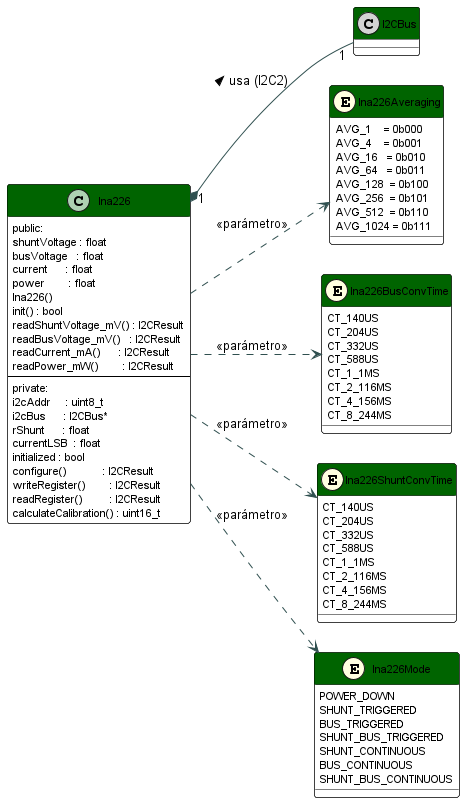
Before: docs/06 UMLs/ina226_class.png, a diagram exported from PlantUML (AgustinPessina00/TPP-IntelliFence).
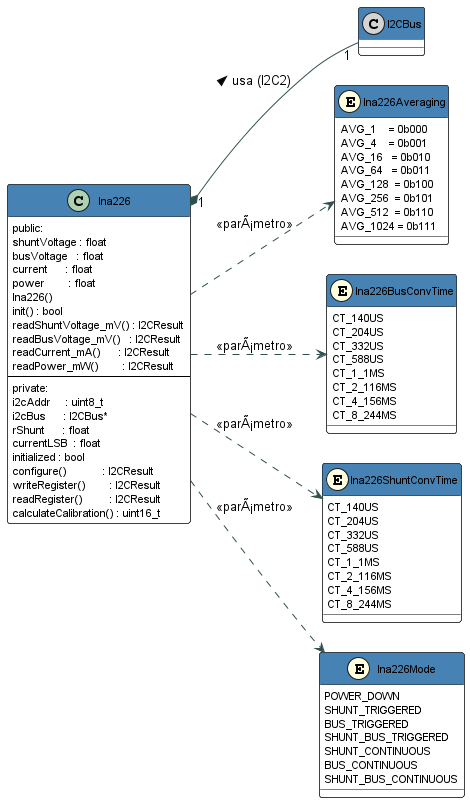
After the change.

Diff of the diagram source:
```diff
@@ -4,7 +4,7 @@
 skinparam class {
     BackgroundColor White
     BorderColor Black
-    HeaderBackgroundColor DarkGreen
+    HeaderBackgroundColor SteelBlue
     HeaderFontColor White
     FontSize 12
     AttributeFontSize 11
@@ -93,9 +93,9 @@
 }
 
 Ina226 "1" *-- "1" I2CBus           : usa (I2C2) >
-Ina226 ..> Ina226Averaging      : <<parámetro>>
-Ina226 ..> Ina226BusConvTime    : <<parámetro>>
-Ina226 ..> Ina226ShuntConvTime  : <<parámetro>>
-Ina226 ..> Ina226Mode           : <<parámetro>>
+Ina226 ..> Ina226Averaging      : <<parÃ¡metro>>
+Ina226 ..> Ina226BusConvTime    : <<parÃ¡metro>>
+Ina226 ..> Ina226ShuntConvTime  : <<parÃ¡metro>>
+Ina226 ..> Ina226Mode           : <<parÃ¡metro>>
 
 @enduml
```
